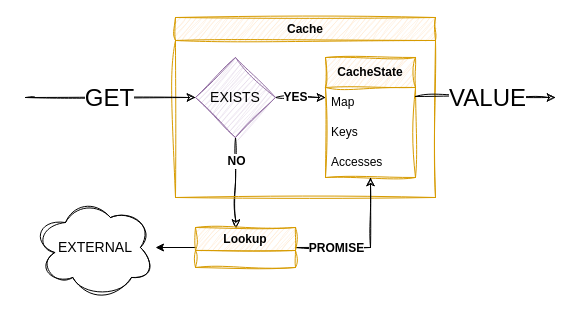
The draw.io diagram assets/images/2023/12/ziocache.drawio in stevenrskelton/stevenrskelton.github.io, before the edit. Source tidied: cells renumbered, new cells numbered last; positions are measured from the earlier drawing's top-left corner, leaving out a move shared by most shapes. Both pictures are drawn from the tidied source at 100%, with x=0, y=0 at pixel (25, 17).
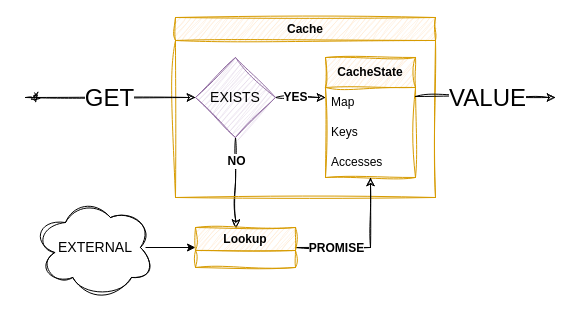
After the change.

The change refers to these unchanged cells:
```xml
<mxCell id="2" value="EXTERNAL" style="ellipse;shape=cloud;whiteSpace=wrap;html=1;fontSize=14;shadow=0;sketch=1;curveFitting=1;jiggle=2;" parent="1" vertex="1">
  <mxGeometry x="10" y="180" width="120" height="100" as="geometry" />
</mxCell>
<mxCell id="11" value="EXISTS" style="rhombus;whiteSpace=wrap;html=1;fontSize=14;fillColor=#e1d5e7;strokeColor=#9673a6;sketch=1;curveFitting=1;jiggle=2;" parent="5" vertex="1">
  <mxGeometry x="20" y="40" width="80" height="80" as="geometry" />
</mxCell>
<mxCell id="17" value="Lookup" style="swimlane;whiteSpace=wrap;html=1;fillColor=#ffe6cc;strokeColor=#d79b00;rounded=0;sketch=1;curveFitting=1;jiggle=2;" parent="1" vertex="1">
  <mxGeometry x="170" y="210" width="100" height="40" as="geometry" />
</mxCell>
```

The edit, as a diff of the source:
```diff
@@
-    <mxCell id="14" style="edgeStyle=orthogonalEdgeStyle;rounded=0;jettySize=auto;html=1;entryX=0;entryY=0.5;entryDx=0;entryDy=0;sketch=1;curveFitting=1;jiggle=2;" parent="1" edge="1" target="11">
+    <mxCell id="14" style="edgeStyle=orthogonalEdgeStyle;rounded=0;jettySize=auto;html=1;entryX=0;entryY=0.5;entryDx=0;entryDy=0;sketch=1;curveFitting=1;jiggle=2;startArrow=oval;startFill=1;" parent="1" edge="1" target="11">
       <mxGeometry relative="1" as="geometry">
         <mxPoint x="10" y="80" as="sourcePoint" />
         <Array as="points">
           <mxPoint y="80" />
         </Array>
       </mxGeometry>
     </mxCell>
@@
-    <mxCell id="16" style="edgeStyle=orthogonalEdgeStyle;rounded=0;jettySize=auto;html=1;" parent="1" edge="1" source="17" target="2">
+    <mxCell id="16" style="edgeStyle=orthogonalEdgeStyle;rounded=0;jettySize=auto;html=1;startArrow=classic;startFill=1;endArrow=none;endFill=0;entryX=0.917;entryY=0.5;entryDx=0;entryDy=0;entryPerimeter=0;" parent="1" edge="1" source="17" target="2">
       <mxGeometry relative="1" as="geometry" />
     </mxCell>
```
